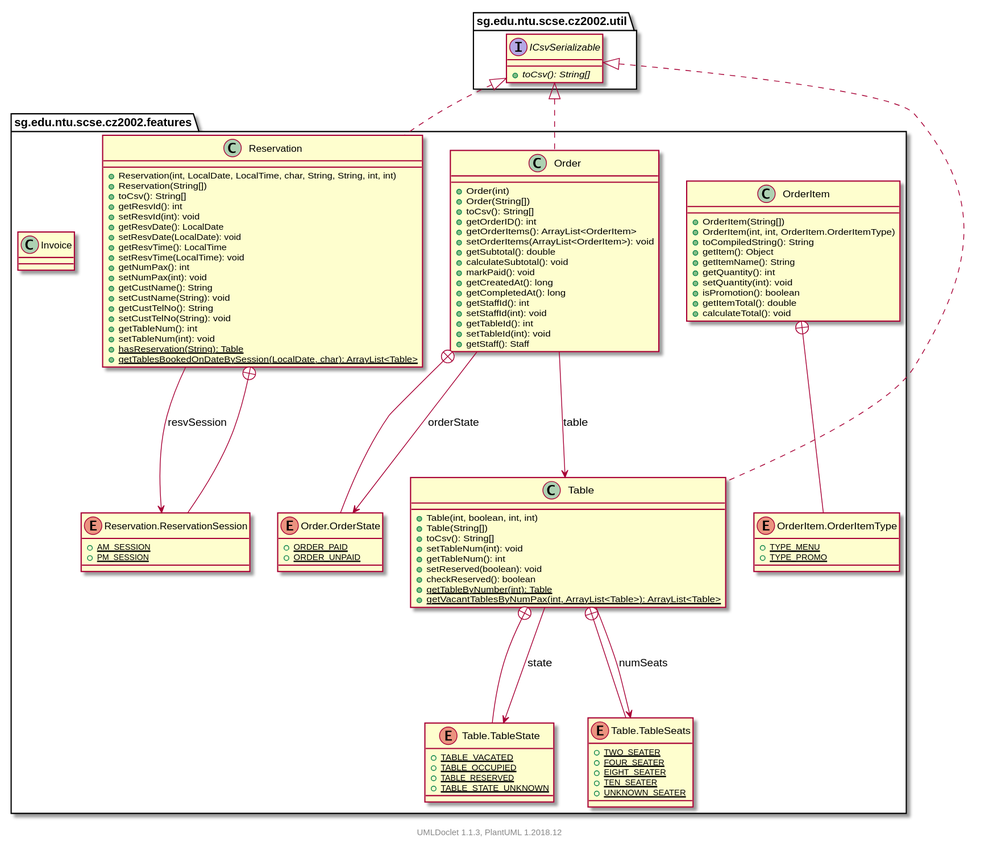
Earlier version of the PlantUML export projects/oodp/html/umlversion/uml/sg.edu.ntu.scse.cz2002.features.package.svg (itachi1706/How-to-use-Git-NTUSCSE1819-Site). The source it was exported from:
```plantuml
@startuml

    namespace sg.edu.ntu.scse.cz2002.features {

        class OrderItem {
            +OrderItem(String[])
            +OrderItem(int, int, OrderItem.OrderItemType)
            +toCompiledString(): String
            +getItem(): Object
            +getItemName(): String
            +getQuantity(): int
            +setQuantity(int): void
            +isPromotion(): boolean
            +getItemTotal(): double
            +calculateTotal(): void
        }

        enum sg.edu.ntu.scse.cz2002.features.OrderItem.OrderItemType {
            {static} +TYPE_MENU
            {static} +TYPE_PROMO
        }

        class Reservation {
            +Reservation(int, LocalDate, LocalTime, char, String, String, int, int)
            +Reservation(String[])
            +toCsv(): String[]
            +getResvId(): int
            +setResvId(int): void
            +getResvDate(): LocalDate
            +setResvDate(LocalDate): void
            +getResvTime(): LocalTime
            +setResvTime(LocalTime): void
            +getNumPax(): int
            +setNumPax(int): void
            +getCustName(): String
            +setCustName(String): void
            +getCustTelNo(): String
            +setCustTelNo(String): void
            +getTableNum(): int
            +setTableNum(int): void
            {static} +hasReservation(String): Table
            {static} +getTablesBookedOnDateBySession(LocalDate, char): ArrayList<Table>
        }

        enum sg.edu.ntu.scse.cz2002.features.Reservation.ReservationSession {
            {static} +AM_SESSION
            {static} +PM_SESSION
        }

        class Order {
            +Order(int)
            +Order(String[])
            +toCsv(): String[]
            +getOrderID(): int
            +getOrderItems(): ArrayList<OrderItem>
            +setOrderItems(ArrayList<OrderItem>): void
            +getSubtotal(): double
            +calculateSubtotal(): void
            +markPaid(): void
            +getCreatedAt(): long
            +getCompletedAt(): long
            +getStaffId(): int
            +setStaffId(int): void
            +getTableId(): int
            +setTableId(int): void
            +getStaff(): Staff
        }

        enum sg.edu.ntu.scse.cz2002.features.Order.OrderState {
            {static} +ORDER_PAID
            {static} +ORDER_UNPAID
        }

        class Invoice {
        }

        class Table {
            +Table(int, boolean, int, int)
            +Table(String[])
            +toCsv(): String[]
            +setTableNum(int): void
            +getTableNum(): int
            +setReserved(boolean): void
            +checkReserved(): boolean
            {static} +getTableByNumber(int): Table
            {static} +getVacantTablesByNumPax(int, ArrayList<Table>): ArrayList<Table>
        }

        enum sg.edu.ntu.scse.cz2002.features.Table.TableState {
            {static} +TABLE_VACATED
            {static} +TABLE_OCCUPIED
            {static} +TABLE_RESERVED
            {static} +TABLE_STATE_UNKNOWN
        }

        enum sg.edu.ntu.scse.cz2002.features.Table.TableSeats {
            {static} +TWO_SEATER
            {static} +FOUR_SEATER
            {static} +EIGHT_SEATER
            {static} +TEN_SEATER
            {static} +UNKNOWN_SEATER
        }

        OrderItem +-- sg.edu.ntu.scse.cz2002.features.OrderItem.OrderItemType

        interface sg.edu.ntu.scse.cz2002.util.ICsvSerializable {
            {abstract} +toCsv(): String[]
        }
        sg.edu.ntu.scse.cz2002.util.ICsvSerializable <|.. Reservation

        Reservation +-- sg.edu.ntu.scse.cz2002.features.Reservation.ReservationSession

        sg.edu.ntu.scse.cz2002.util.ICsvSerializable <|.. Order

        Order +-- sg.edu.ntu.scse.cz2002.features.Order.OrderState

        sg.edu.ntu.scse.cz2002.util.ICsvSerializable <|.. Table

        Table +-- sg.edu.ntu.scse.cz2002.features.Table.TableState

        Table +-- sg.edu.ntu.scse.cz2002.features.Table.TableSeats

        Reservation --> sg.edu.ntu.scse.cz2002.features.Reservation.ReservationSession: resvSession

        Order --> sg.edu.ntu.scse.cz2002.features.Order.OrderState: orderState

        Order --> Table: table

        Table --> sg.edu.ntu.scse.cz2002.features.Table.TableSeats: numSeats

        Table --> sg.edu.ntu.scse.cz2002.features.Table.TableState: state

    }


    center footer UMLDoclet 1.1.3, PlantUML 1.2018.12
@enduml
```
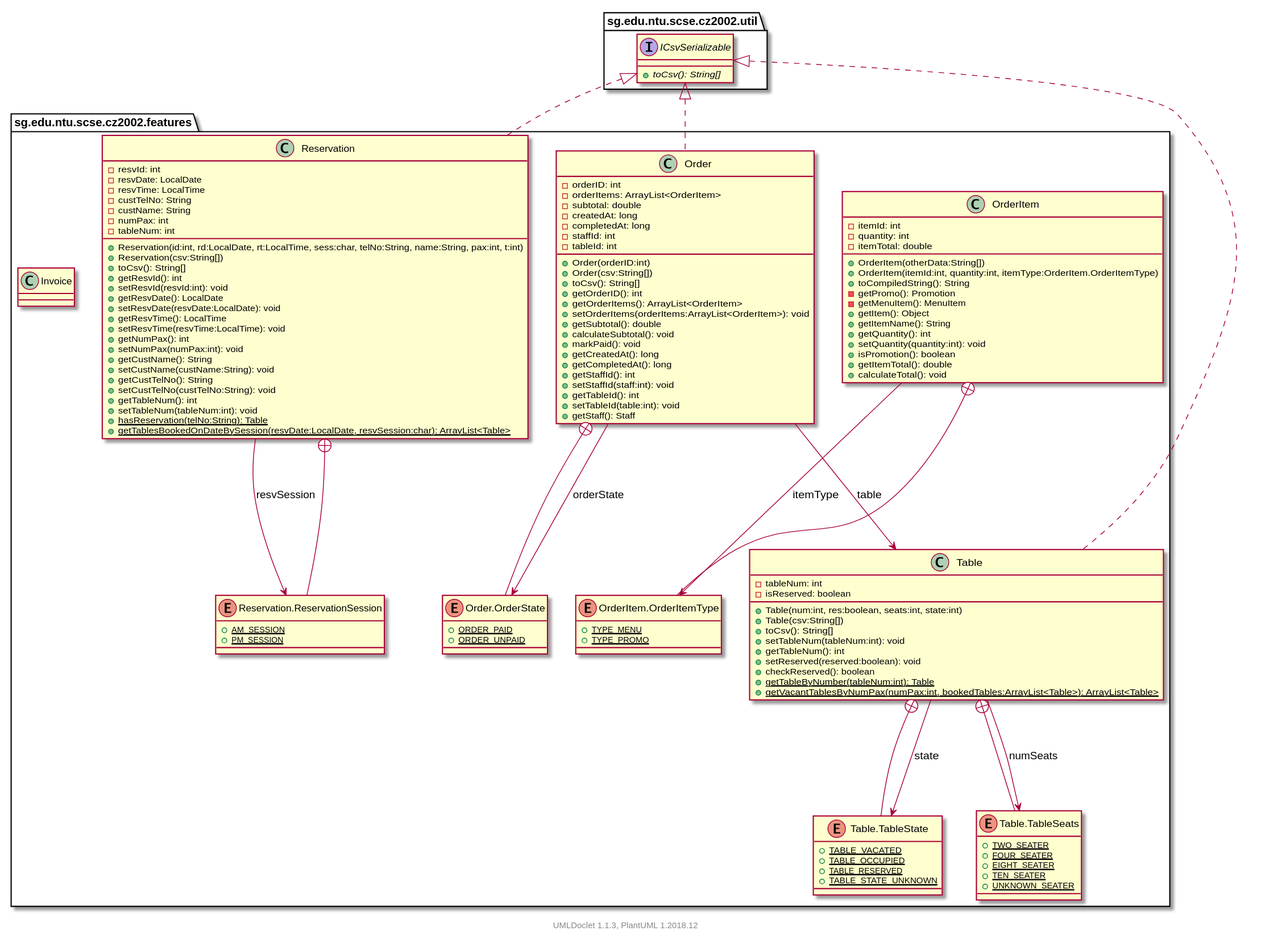
Later version of the same file.

Change to the diagram source:
```diff
@@ -2,98 +2,119 @@
 
     namespace sg.edu.ntu.scse.cz2002.features {
 
-        class OrderItem {
-            +OrderItem(String[])
-            +OrderItem(int, int, OrderItem.OrderItemType)
+        class OrderItem [[../sg/edu/ntu/scse/cz2002/features/OrderItem.html]] {
+            -itemId: int
+            -quantity: int
+            -itemTotal: double
+            +OrderItem(otherData:String[])
+            +OrderItem(itemId:int, quantity:int, itemType:OrderItem.OrderItemType)
             +toCompiledString(): String
+            -getPromo(): Promotion
+            -getMenuItem(): MenuItem
             +getItem(): Object
             +getItemName(): String
             +getQuantity(): int
-            +setQuantity(int): void
+            +setQuantity(quantity:int): void
             +isPromotion(): boolean
             +getItemTotal(): double
             +calculateTotal(): void
         }
 
-        enum sg.edu.ntu.scse.cz2002.features.OrderItem.OrderItemType {
+        enum sg.edu.ntu.scse.cz2002.features.OrderItem.OrderItemType [[../sg/edu/ntu/scse/cz2002/features/OrderItem.OrderItemType.html]] {
             {static} +TYPE_MENU
             {static} +TYPE_PROMO
         }
 
-        class Reservation {
-            +Reservation(int, LocalDate, LocalTime, char, String, String, int, int)
-            +Reservation(String[])
+        class Reservation [[../sg/edu/ntu/scse/cz2002/features/Reservation.html]] {
+            -resvId: int
+            -resvDate: LocalDate
+            -resvTime: LocalTime
+            -custTelNo: String
+            -custName: String
+            -numPax: int
+            -tableNum: int
+            +Reservation(id:int, rd:LocalDate, rt:LocalTime, sess:char, telNo:String, name:String, pax:int, t:int)
+            +Reservation(csv:String[])
             +toCsv(): String[]
             +getResvId(): int
-            +setResvId(int): void
+            +setResvId(resvId:int): void
             +getResvDate(): LocalDate
-            +setResvDate(LocalDate): void
+            +setResvDate(resvDate:LocalDate): void
             +getResvTime(): LocalTime
-            +setResvTime(LocalTime): void
+            +setResvTime(resvTime:LocalTime): void
             +getNumPax(): int
-            +setNumPax(int): void
+            +setNumPax(numPax:int): void
             +getCustName(): String
-            +setCustName(String): void
+            +setCustName(custName:String): void
             +getCustTelNo(): String
-            +setCustTelNo(String): void
+            +setCustTelNo(custTelNo:String): void
             +getTableNum(): int
-            +setTableNum(int): void
-            {static} +hasReservation(String): Table
-            {static} +getTablesBookedOnDateBySession(LocalDate, char): ArrayList<Table>
+            +setTableNum(tableNum:int): void
+            {static} +hasReservation(telNo:String): Table
+            {static} +getTablesBookedOnDateBySession(resvDate:LocalDate, resvSession:char): ArrayList<Table>
         }
 
-        enum sg.edu.ntu.scse.cz2002.features.Reservation.ReservationSession {
+        enum sg.edu.ntu.scse.cz2002.features.Reservation.ReservationSession [[../sg/edu/ntu/scse/cz2002/features/Reservation.ReservationSession.html]] {
             {static} +AM_SESSION
             {static} +PM_SESSION
         }
 
-        class Order {
-            +Order(int)
-            +Order(String[])
+        class Order [[../sg/edu/ntu/scse/cz2002/features/Order.html]] {
+            -orderID: int
+            -orderItems: ArrayList<OrderItem>
+            -subtotal: double
+            -createdAt: long
+            -completedAt: long
+            -staffId: int
+            -tableId: int
+            +Order(orderID:int)
+            +Order(csv:String[])
             +toCsv(): String[]
             +getOrderID(): int
             +getOrderItems(): ArrayList<OrderItem>
-            +setOrderItems(ArrayList<OrderItem>): void
+            +setOrderItems(orderItems:ArrayList<OrderItem>): void
             +getSubtotal(): double
             +calculateSubtotal(): void
             +markPaid(): void
             +getCreatedAt(): long
             +getCompletedAt(): long
             +getStaffId(): int
-            +setStaffId(int): void
+            +setStaffId(staff:int): void
             +getTableId(): int
-            +setTableId(int): void
+            +setTableId(table:int): void
             +getStaff(): Staff
         }
 
-        enum sg.edu.ntu.scse.cz2002.features.Order.OrderState {
+        enum sg.edu.ntu.scse.cz2002.features.Order.OrderState [[../sg/edu/ntu/scse/cz2002/features/Order.OrderState.html]] {
             {static} +ORDER_PAID
             {static} +ORDER_UNPAID
         }
 
-        class Invoice {
+        class Invoice [[../sg/edu/ntu/scse/cz2002/features/Invoice.html]] {
         }
 
-        class Table {
-            +Table(int, boolean, int, int)
-            +Table(String[])
+        class Table [[../sg/edu/ntu/scse/cz2002/features/Table.html]] {
+            -tableNum: int
+            -isReserved: boolean
+            +Table(num:int, res:boolean, seats:int, state:int)
+            +Table(csv:String[])
             +toCsv(): String[]
-            +setTableNum(int): void
+            +setTableNum(tableNum:int): void
             +getTableNum(): int
-            +setReserved(boolean): void
+            +setReserved(reserved:boolean): void
             +checkReserved(): boolean
-            {static} +getTableByNumber(int): Table
-            {static} +getVacantTablesByNumPax(int, ArrayList<Table>): ArrayList<Table>
+            {static} +getTableByNumber(tableNum:int): Table
+            {static} +getVacantTablesByNumPax(numPax:int, bookedTables:ArrayList<Table>): ArrayList<Table>
         }
 
-        enum sg.edu.ntu.scse.cz2002.features.Table.TableState {
+        enum sg.edu.ntu.scse.cz2002.features.Table.TableState [[../sg/edu/ntu/scse/cz2002/features/Table.TableState.html]] {
             {static} +TABLE_VACATED
             {static} +TABLE_OCCUPIED
             {static} +TABLE_RESERVED
             {static} +TABLE_STATE_UNKNOWN
         }
 
-        enum sg.edu.ntu.scse.cz2002.features.Table.TableSeats {
+        enum sg.edu.ntu.scse.cz2002.features.Table.TableSeats [[../sg/edu/ntu/scse/cz2002/features/Table.TableSeats.html]] {
             {static} +TWO_SEATER
             {static} +FOUR_SEATER
             {static} +EIGHT_SEATER
@@ -120,15 +141,17 @@
 
         Table +-- sg.edu.ntu.scse.cz2002.features.Table.TableSeats
 
+        OrderItem --> sg.edu.ntu.scse.cz2002.features.OrderItem.OrderItemType: itemType
+
         Reservation --> sg.edu.ntu.scse.cz2002.features.Reservation.ReservationSession: resvSession
 
         Order --> sg.edu.ntu.scse.cz2002.features.Order.OrderState: orderState
 
         Order --> Table: table
 
+        Table --> sg.edu.ntu.scse.cz2002.features.Table.TableState: state
+
         Table --> sg.edu.ntu.scse.cz2002.features.Table.TableSeats: numSeats
-
-        Table --> sg.edu.ntu.scse.cz2002.features.Table.TableState: state
 
     }
 
```
